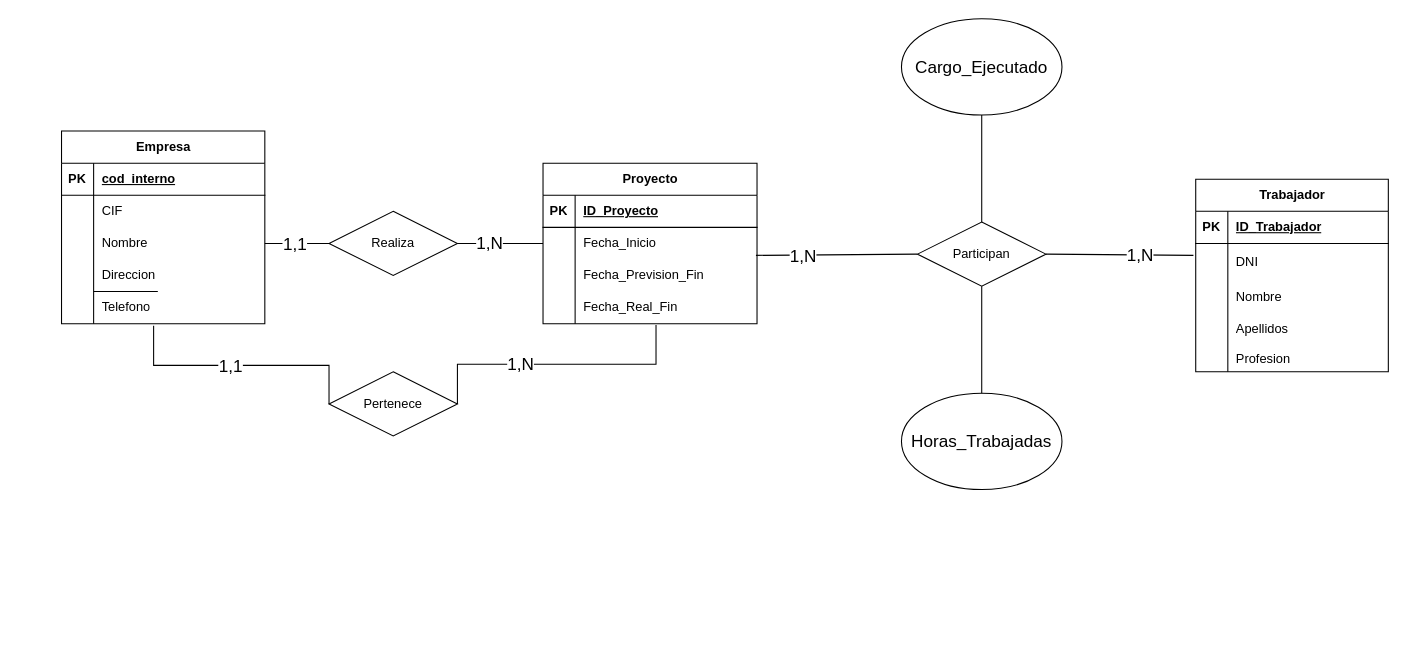
This is Ejercicio12.drawio from Daninuro/diagrames-cvf-dn-mpl-n-11102023, a draw.io file, before an edit. Source tidied: cells renumbered, new cells numbered last; positions are measured from the earlier drawing's top-left corner, leaving out a move shared by most shapes. Both pictures are drawn from the tidied source at 107%, with x=0, y=0 at pixel (61, 18).
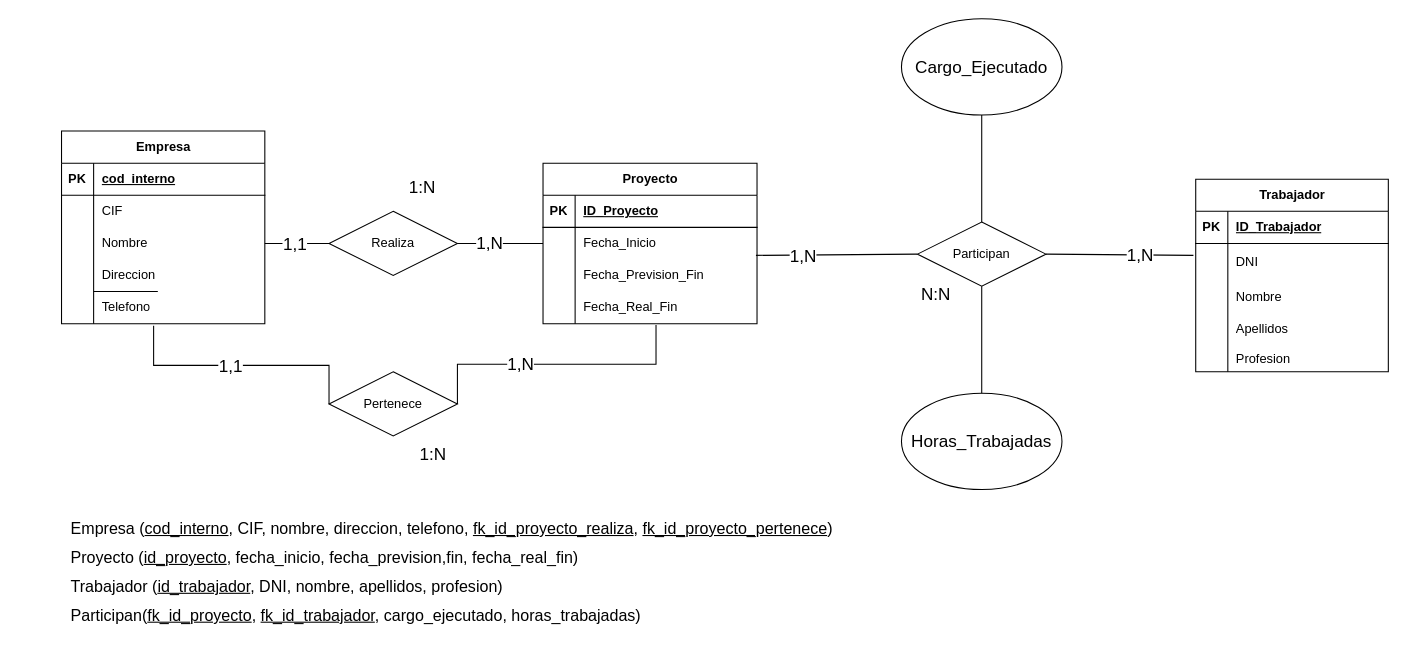
After the change.

The edit, as a diff of the source:
```diff
@@
+    <mxCell id="70" value="&lt;p style=&quot;line-height: 190%; font-size: 15px;&quot;&gt;&lt;/p&gt;&lt;div style=&quot;text-align: justify; line-height: 180%; font-size: 15px;&quot;&gt;&lt;span style=&quot;background-color: initial;&quot;&gt;&lt;font style=&quot;font-size: 15px;&quot;&gt;Empresa (&lt;u&gt;cod_interno&lt;/u&gt;, CIF, nombre, direccion, telefono, &lt;u&gt;fk_id_proyecto_realiza&lt;/u&gt;, &lt;u&gt;fk_id_proyecto_pertenece&lt;/u&gt;)&lt;/font&gt;&lt;/span&gt;&lt;/div&gt;&lt;div style=&quot;text-align: justify; line-height: 180%; font-size: 15px;&quot;&gt;&lt;span style=&quot;background-color: initial;&quot;&gt;&lt;font style=&quot;font-size: 15px;&quot;&gt;Proyecto (&lt;u&gt;id_proyecto&lt;/u&gt;, fecha_inicio, fecha_prevision,fin, fecha_real_fin)&lt;/font&gt;&lt;/span&gt;&lt;/div&gt;&lt;div style=&quot;text-align: justify; line-height: 180%; font-size: 15px;&quot;&gt;&lt;span style=&quot;background-color: initial;&quot;&gt;&lt;font style=&quot;font-size: 15px;&quot;&gt;Trabajador (&lt;u&gt;id_trabajador&lt;/u&gt;, DNI, nombre, apellidos, profesion)&lt;/font&gt;&lt;/span&gt;&lt;/div&gt;&lt;div style=&quot;text-align: justify; line-height: 180%; font-size: 15px;&quot;&gt;&lt;span style=&quot;background-color: initial;&quot;&gt;&lt;font style=&quot;font-size: 15px;&quot;&gt;Participan(&lt;u&gt;fk_id_proyecto&lt;/u&gt;, &lt;u&gt;fk_id_trabajador&lt;/u&gt;, cargo_ejecutado, horas_trabajadas)&lt;/font&gt;&lt;/span&gt;&lt;/div&gt;&lt;p&gt;&lt;/p&gt;" style="text;html=1;strokeColor=none;fillColor=none;align=center;verticalAlign=middle;whiteSpace=wrap;rounded=0;" parent="1" vertex="1">
+      <mxGeometry x="-40" y="460" width="810" height="110" as="geometry" />
+    </mxCell>
+    <mxCell id="71" value="N:N" style="edgeLabel;html=1;align=center;verticalAlign=middle;fontSize=16;" parent="1" vertex="1">
+      <mxGeometry x="800" y="260" as="geometry">
+        <mxPoint x="16" y="-4" as="offset" />
+      </mxGeometry>
+    </mxCell>
+    <mxCell id="72" value="1:N" style="edgeLabel;html=1;align=center;verticalAlign=middle;fontSize=16;" parent="1" vertex="1">
+      <mxGeometry x="330" y="410" as="geometry">
+        <mxPoint x="16" y="-4" as="offset" />
+      </mxGeometry>
+    </mxCell>
+    <mxCell id="73" value="1:N" style="edgeLabel;html=1;align=center;verticalAlign=middle;fontSize=16;" parent="1" vertex="1">
+      <mxGeometry x="320" y="160" as="geometry">
+        <mxPoint x="16" y="-4" as="offset" />
+      </mxGeometry>
+    </mxCell>
```
